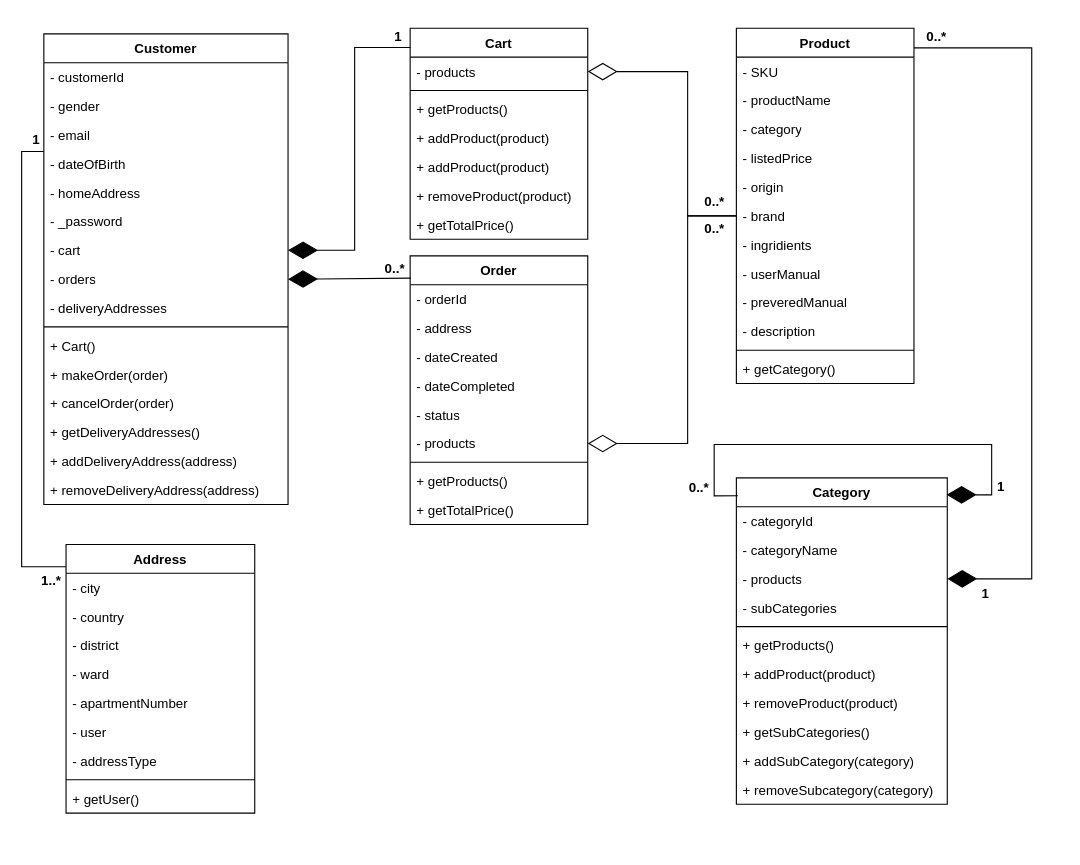
Earlier version of the draw.io diagram page "Class Diagram" (4 of 9) of __document/diagram/PBL03.drawio (BlenDMinh/PBL03). Source tidied: cells renumbered, new cells numbered last; positions are measured from the earlier drawing's top-left corner, leaving out a move shared by most shapes. Both pictures are drawn from the tidied source at 111%, with x=0, y=0 at pixel (19, 20).
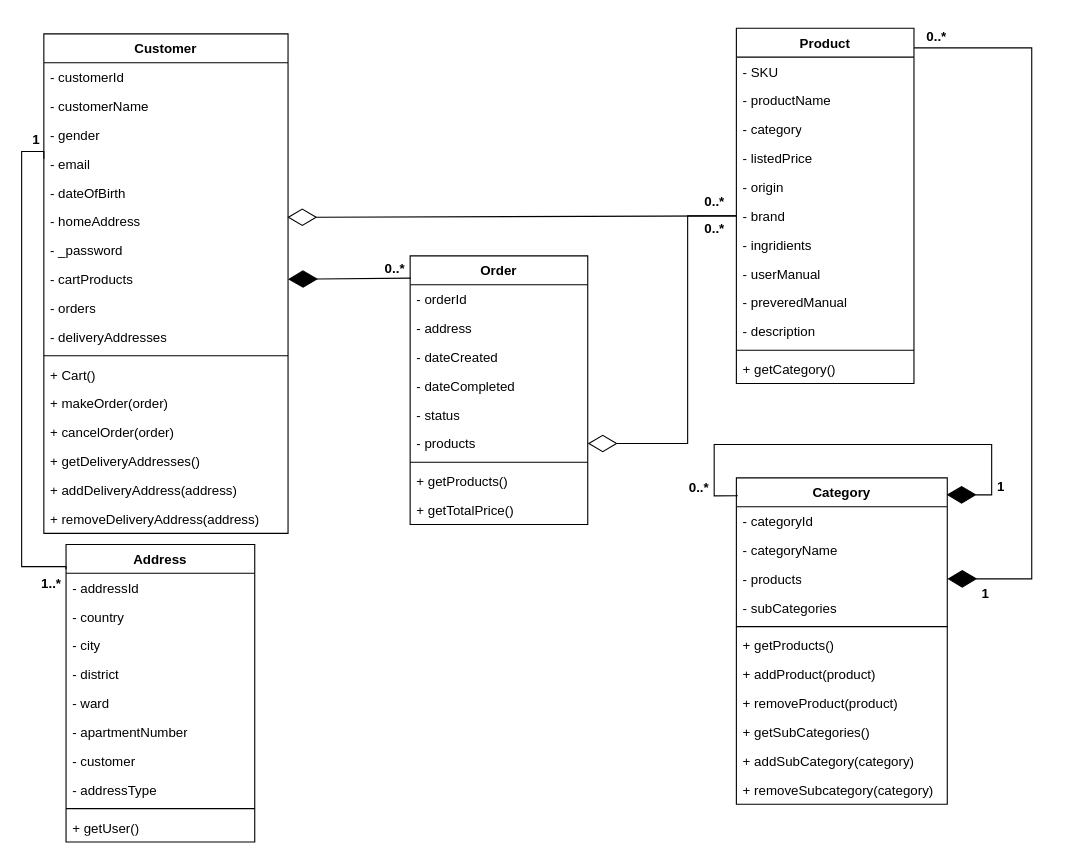
The same page after the edit.

The change refers to these unchanged cells:
```xml
<mxCell id="29" value="Order" style="swimlane;fontStyle=1;align=center;verticalAlign=top;horizontal=1;startSize=26;whiteSpace=wrap;html=1;" parent="1" vertex="1">
  <mxGeometry x="352" y="212" width="160" height="242" as="geometry" />
</mxCell>
<mxCell id="45" value="- brand" style="text;strokeColor=none;fillColor=none;align=left;verticalAlign=top;spacingLeft=4;spacingRight=4;overflow=hidden;points=[[0,0.5],[1,0.5]];portConstraint=eastwest;whiteSpace=wrap;html=1;" parent="39" vertex="1">
  <mxGeometry y="156" width="160" height="26" as="geometry" />
</mxCell>
```

The edit, as a diff of the source:
```diff
@@
     <mxCell id="2" value="Customer" style="swimlane;fontStyle=1;align=center;verticalAlign=top;horizontal=1;startSize=26;whiteSpace=wrap;html=1;" parent="1" vertex="1">
-      <mxGeometry x="22" y="12" width="220" height="424" as="geometry" />
+      <mxGeometry x="22" y="12" width="220" height="450" as="geometry" />
     </mxCell>
@@
+    <mxCell id="89" value="- customerName" style="text;strokeColor=none;fillColor=none;align=left;verticalAlign=top;spacingLeft=4;spacingRight=4;overflow=hidden;whiteSpace=wrap;html=1;" parent="2" vertex="1">
+      <mxGeometry y="52" width="220" height="26" as="geometry" />
+    </mxCell>
     <mxCell id="4" value="- gender" style="text;strokeColor=none;fillColor=none;align=left;verticalAlign=top;spacingLeft=4;spacingRight=4;overflow=hidden;whiteSpace=wrap;html=1;" parent="2" vertex="1">
-      <mxGeometry y="52" width="220" height="26" as="geometry" />
+      <mxGeometry y="78" width="220" height="26" as="geometry" />
     </mxCell>
     <mxCell id="5" value="- email" style="text;strokeColor=none;fillColor=none;align=left;verticalAlign=top;spacingLeft=4;spacingRight=4;overflow=hidden;whiteSpace=wrap;html=1;" parent="2" vertex="1">
-      <mxGeometry y="78" width="220" height="26" as="geometry" />
+      <mxGeometry y="104" width="220" height="26" as="geometry" />
     </mxCell>
     <mxCell id="6" value="- dateOfBirth" style="text;strokeColor=none;fillColor=none;align=left;verticalAlign=top;spacingLeft=4;spacingRight=4;overflow=hidden;whiteSpace=wrap;html=1;" parent="2" vertex="1">
-      <mxGeometry y="104" width="220" height="26" as="geometry" />
+      <mxGeometry y="130" width="220" height="26" as="geometry" />
     </mxCell>
     <mxCell id="7" value="- homeAddress" style="text;strokeColor=none;fillColor=none;align=left;verticalAlign=top;spacingLeft=4;spacingRight=4;overflow=hidden;points=[[0,0.5],[1,0.5]];portConstraint=eastwest;whiteSpace=wrap;html=1;" parent="2" vertex="1">
-      <mxGeometry y="130" width="220" height="26" as="geometry" />
+      <mxGeometry y="156" width="220" height="26" as="geometry" />
     </mxCell>
     <mxCell id="8" value="- _password" style="text;strokeColor=none;fillColor=none;align=left;verticalAlign=top;spacingLeft=4;spacingRight=4;overflow=hidden;whiteSpace=wrap;html=1;" parent="2" vertex="1">
-      <mxGeometry y="156" width="220" height="26" as="geometry" />
+      <mxGeometry y="182" width="220" height="26" as="geometry" />
     </mxCell>
-    <mxCell id="9" value="- cart" style="text;strokeColor=none;fillColor=none;align=left;verticalAlign=top;spacingLeft=4;spacingRight=4;overflow=hidden;points=[[0,0.5],[1,0.5]];portConstraint=eastwest;whiteSpace=wrap;html=1;" parent="2" vertex="1">
-      <mxGeometry y="182" width="220" height="26" as="geometry" />
+    <mxCell id="9" value="- cartProducts" style="text;strokeColor=none;fillColor=none;align=left;verticalAlign=top;spacingLeft=4;spacingRight=4;overflow=hidden;points=[[0,0.5],[1,0.5]];portConstraint=eastwest;whiteSpace=wrap;html=1;" parent="2" vertex="1">
+      <mxGeometry y="208" width="220" height="26" as="geometry" />
     </mxCell>
     <mxCell id="10" value="- orders" style="text;strokeColor=none;fillColor=none;align=left;verticalAlign=top;spacingLeft=4;spacingRight=4;overflow=hidden;points=[[0,0.5],[1,0.5]];portConstraint=eastwest;whiteSpace=wrap;html=1;" parent="2" vertex="1">
-      <mxGeometry y="208" width="220" height="26" as="geometry" />
+      <mxGeometry y="234" width="220" height="26" as="geometry" />
     </mxCell>
     <mxCell id="11" value="- deliveryAddresses" style="text;strokeColor=none;fillColor=none;align=left;verticalAlign=top;spacingLeft=4;spacingRight=4;overflow=hidden;whiteSpace=wrap;html=1;" parent="2" vertex="1">
-      <mxGeometry y="234" width="220" height="26" as="geometry" />
+      <mxGeometry y="260" width="220" height="26" as="geometry" />
     </mxCell>
     <mxCell id="12" style="line;strokeWidth=1;fillColor=none;align=left;verticalAlign=middle;spacingTop=-1;spacingLeft=3;spacingRight=3;labelPosition=right;strokeColor=inherit;" parent="2" vertex="1">
-      <mxGeometry y="260" width="220" height="8" as="geometry" />
+      <mxGeometry y="286" width="220" height="8" as="geometry" />
     </mxCell>
     <mxCell id="13" value="+ Cart()" style="text;strokeColor=none;fillColor=none;align=left;verticalAlign=top;spacingLeft=4;spacingRight=4;overflow=hidden;whiteSpace=wrap;html=1;" parent="2" vertex="1">
-      <mxGeometry y="268" width="220" height="26" as="geometry" />
+      <mxGeometry y="294" width="220" height="26" as="geometry" />
     </mxCell>
     <mxCell id="14" value="+ makeOrder(order)" style="text;strokeColor=none;fillColor=none;align=left;verticalAlign=top;spacingLeft=4;spacingRight=4;overflow=hidden;whiteSpace=wrap;html=1;" parent="2" vertex="1">
-      <mxGeometry y="294" width="220" height="26" as="geometry" />
+      <mxGeometry y="320" width="220" height="26" as="geometry" />
     </mxCell>
     <mxCell id="15" value="+ cancelOrder(order)" style="text;strokeColor=none;fillColor=none;align=left;verticalAlign=top;spacingLeft=4;spacingRight=4;overflow=hidden;whiteSpace=wrap;html=1;" parent="2" vertex="1">
-      <mxGeometry y="320" width="220" height="26" as="geometry" />
+      <mxGeometry y="346" width="220" height="26" as="geometry" />
     </mxCell>
     <mxCell id="16" value="+ getDeliveryAddresses()" style="text;strokeColor=none;fillColor=none;align=left;verticalAlign=top;spacingLeft=4;spacingRight=4;overflow=hidden;whiteSpace=wrap;html=1;" parent="2" vertex="1">
-      <mxGeometry y="346" width="220" height="26" as="geometry" />
+      <mxGeometry y="372" width="220" height="26" as="geometry" />
     </mxCell>
     <mxCell id="17" value="+ addDeliveryAddress(address)" style="text;strokeColor=none;fillColor=none;align=left;verticalAlign=top;spacingLeft=4;spacingRight=4;overflow=hidden;whiteSpace=wrap;html=1;" parent="2" vertex="1">
-      <mxGeometry y="372" width="220" height="26" as="geometry" />
+      <mxGeometry y="398" width="220" height="26" as="geometry" />
     </mxCell>
     <mxCell id="18" value="+ removeDeliveryAddress(address)" style="text;strokeColor=none;fillColor=none;align=left;verticalAlign=top;spacingLeft=4;spacingRight=4;overflow=hidden;whiteSpace=wrap;html=1;" parent="2" vertex="1">
-      <mxGeometry y="398" width="220" height="26" as="geometry" />
+      <mxGeometry y="424" width="220" height="26" as="geometry" />
     </mxCell>
     <mxCell id="19" value="Address" style="swimlane;fontStyle=1;align=center;verticalAlign=top;horizontal=1;startSize=26;whiteSpace=wrap;html=1;" parent="1" vertex="1">
-      <mxGeometry x="42" y="472" width="170" height="242" as="geometry" />
+      <mxGeometry x="42" y="472" width="170" height="268" as="geometry" />
     </mxCell>
+    <mxCell id="90" value="- addressId" style="text;strokeColor=none;fillColor=none;align=left;verticalAlign=top;spacingLeft=4;spacingRight=4;overflow=hidden;whiteSpace=wrap;html=1;" parent="19" vertex="1">
+      <mxGeometry y="26" width="170" height="26" as="geometry" />
+    </mxCell>
+    <mxCell id="21" value="- country" style="text;strokeColor=none;fillColor=none;align=left;verticalAlign=top;spacingLeft=4;spacingRight=4;overflow=hidden;whiteSpace=wrap;html=1;" parent="19" vertex="1">
+      <mxGeometry y="52" width="170" height="26" as="geometry" />
+    </mxCell>
     <mxCell id="20" value="- city" style="text;strokeColor=none;fillColor=none;align=left;verticalAlign=top;spacingLeft=4;spacingRight=4;overflow=hidden;whiteSpace=wrap;html=1;" parent="19" vertex="1">
-      <mxGeometry y="26" width="170" height="26" as="geometry" />
+      <mxGeometry y="78" width="170" height="26" as="geometry" />
     </mxCell>
-    <mxCell id="21" value="- country" style="text;strokeColor=none;fillColor=none;align=left;verticalAlign=top;spacingLeft=4;spacingRight=4;overflow=hidden;whiteSpace=wrap;html=1;" parent="19" vertex="1">
-      <mxGeometry y="52" width="170" height="26" as="geometry" />
-    </mxCell>
     <mxCell id="22" value="- district" style="text;strokeColor=none;fillColor=none;align=left;verticalAlign=top;spacingLeft=4;spacingRight=4;overflow=hidden;whiteSpace=wrap;html=1;" parent="19" vertex="1">
-      <mxGeometry y="78" width="170" height="26" as="geometry" />
+      <mxGeometry y="104" width="170" height="26" as="geometry" />
     </mxCell>
     <mxCell id="23" value="- ward" style="text;strokeColor=none;fillColor=none;align=left;verticalAlign=top;spacingLeft=4;spacingRight=4;overflow=hidden;whiteSpace=wrap;html=1;" parent="19" vertex="1">
-      <mxGeometry y="104" width="170" height="26" as="geometry" />
+      <mxGeometry y="130" width="170" height="26" as="geometry" />
     </mxCell>
     <mxCell id="24" value="- apartmentNumber" style="text;strokeColor=none;fillColor=none;align=left;verticalAlign=top;spacingLeft=4;spacingRight=4;overflow=hidden;whiteSpace=wrap;html=1;" parent="19" vertex="1">
-      <mxGeometry y="130" width="170" height="26" as="geometry" />
+      <mxGeometry y="156" width="170" height="26" as="geometry" />
     </mxCell>
-    <mxCell id="25" value="- user" style="text;strokeColor=none;fillColor=none;align=left;verticalAlign=top;spacingLeft=4;spacingRight=4;overflow=hidden;whiteSpace=wrap;html=1;" parent="19" vertex="1">
-      <mxGeometry y="156" width="170" height="26" as="geometry" />
+    <mxCell id="25" value="- customer" style="text;strokeColor=none;fillColor=none;align=left;verticalAlign=top;spacingLeft=4;spacingRight=4;overflow=hidden;whiteSpace=wrap;html=1;" parent="19" vertex="1">
+      <mxGeometry y="182" width="170" height="26" as="geometry" />
     </mxCell>
     <mxCell id="26" value="- addressType" style="text;strokeColor=none;fillColor=none;align=left;verticalAlign=top;spacingLeft=4;spacingRight=4;overflow=hidden;whiteSpace=wrap;html=1;" parent="19" vertex="1">
-      <mxGeometry y="182" width="170" height="26" as="geometry" />
+      <mxGeometry y="208" width="170" height="26" as="geometry" />
     </mxCell>
     <mxCell id="27" style="line;strokeWidth=1;fillColor=none;align=left;verticalAlign=middle;spacingTop=-1;spacingLeft=3;spacingRight=3;labelPosition=right;strokeColor=inherit;" parent="19" vertex="1">
-      <mxGeometry y="208" width="170" height="8" as="geometry" />
+      <mxGeometry y="234" width="170" height="8" as="geometry" />
     </mxCell>
     <mxCell id="28" value="+ getUser()" style="text;strokeColor=none;fillColor=none;align=left;verticalAlign=top;spacingLeft=4;spacingRight=4;overflow=hidden;whiteSpace=wrap;html=1;" parent="19" vertex="1">
-      <mxGeometry y="216" width="170" height="26" as="geometry" />
+      <mxGeometry y="242" width="170" height="26" as="geometry" />
     </mxCell>
@@
-    <mxCell id="54" value="Cart" style="swimlane;fontStyle=1;align=center;verticalAlign=top;horizontal=1;startSize=26;whiteSpace=wrap;html=1;" parent="1" vertex="1">
-      <mxGeometry x="352" y="7" width="160" height="190" as="geometry" />
-    </mxCell>
-    <mxCell id="55" value="- products" style="text;strokeColor=none;fillColor=none;align=left;verticalAlign=top;spacingLeft=4;spacingRight=4;overflow=hidden;points=[[0,0.5],[1,0.5]];portConstraint=eastwest;whiteSpace=wrap;html=1;" parent="54" vertex="1">
-      <mxGeometry y="26" width="160" height="26" as="geometry" />
-    </mxCell>
-    <mxCell id="56" style="line;strokeWidth=1;fillColor=none;align=left;verticalAlign=middle;spacingTop=-1;spacingLeft=3;spacingRight=3;labelPosition=right;strokeColor=inherit;" parent="54" vertex="1">
-      <mxGeometry y="52" width="160" height="8" as="geometry" />
-    </mxCell>
-    <mxCell id="57" value="+ getProducts()" style="text;strokeColor=none;fillColor=none;align=left;verticalAlign=top;spacingLeft=4;spacingRight=4;overflow=hidden;whiteSpace=wrap;html=1;" parent="54" vertex="1">
-      <mxGeometry y="60" width="160" height="26" as="geometry" />
-    </mxCell>
-    <mxCell id="58" value="+ addProduct(product)" style="text;strokeColor=none;fillColor=none;align=left;verticalAlign=top;spacingLeft=4;spacingRight=4;overflow=hidden;whiteSpace=wrap;html=1;" parent="54" vertex="1">
-      <mxGeometry y="86" width="160" height="26" as="geometry" />
-    </mxCell>
-    <mxCell id="59" value="+ addProduct(product)" style="text;strokeColor=none;fillColor=none;align=left;verticalAlign=top;spacingLeft=4;spacingRight=4;overflow=hidden;whiteSpace=wrap;html=1;" parent="54" vertex="1">
-      <mxGeometry y="112" width="160" height="26" as="geometry" />
-    </mxCell>
-    <mxCell id="60" value="+ removeProduct(product)" style="text;strokeColor=none;fillColor=none;align=left;verticalAlign=top;spacingLeft=4;spacingRight=4;overflow=hidden;whiteSpace=wrap;html=1;" parent="54" vertex="1">
-      <mxGeometry y="138" width="160" height="26" as="geometry" />
-    </mxCell>
-    <mxCell id="61" value="+ getTotalPrice()" style="text;strokeColor=none;fillColor=none;align=left;verticalAlign=top;spacingLeft=4;spacingRight=4;overflow=hidden;whiteSpace=wrap;html=1;" parent="54" vertex="1">
-      <mxGeometry y="164" width="160" height="26" as="geometry" />
-    </mxCell>
@@
-    <mxCell id="78" style="endArrow=diamondThin;endFill=1;endSize=24;html=1;rounded=0;entryX=1;entryY=0.5;entryDx=0;entryDy=0;exitX=0.002;exitY=0.091;exitDx=0;exitDy=0;edgeStyle=orthogonalEdgeStyle;exitPerimeter=0;" parent="1" edge="1" source="54" target="9">
-      <mxGeometry relative="1" as="geometry">
-        <Array as="points">
-          <mxPoint x="302" y="24" />
-          <mxPoint x="302" y="207" />
-        </Array>
-      </mxGeometry>
-    </mxCell>
-    <mxCell id="79" style="endArrow=diamondThin;endFill=1;endSize=24;html=1;rounded=0;entryX=1;entryY=0.5;entryDx=0;entryDy=0;exitX=0.004;exitY=0.083;exitDx=0;exitDy=0;exitPerimeter=0;" parent="1" edge="1" source="29" target="10">
+    <mxCell id="79" style="endArrow=diamondThin;endFill=1;endSize=24;html=1;rounded=0;entryX=1;entryY=0.5;entryDx=0;entryDy=0;exitX=0.004;exitY=0.083;exitDx=0;exitDy=0;exitPerimeter=0;" parent="1" edge="1" source="29" target="9">
       <mxGeometry relative="1" as="geometry" />
     </mxCell>
-    <mxCell id="80" style="endArrow=diamondThin;endFill=0;endSize=24;html=1;rounded=0;entryX=1;entryY=0.5;entryDx=0;entryDy=0;exitX=0;exitY=0.5;exitDx=0;exitDy=0;edgeStyle=orthogonalEdgeStyle;" parent="1" edge="1" source="45" target="55">
-      <mxGeometry relative="1" as="geometry">
-        <Array as="points">
-          <mxPoint x="602" y="176" />
-          <mxPoint x="602" y="46" />
-        </Array>
-      </mxGeometry>
+    <mxCell id="80" style="endArrow=diamondThin;endFill=0;endSize=24;html=1;rounded=0;entryX=0.997;entryY=0.357;entryDx=0;entryDy=0;exitX=0;exitY=0.5;exitDx=0;exitDy=0;entryPerimeter=0;" parent="1" edge="1" source="45" target="7">
+      <mxGeometry relative="1" as="geometry" />
     </mxCell>
@@
-    <mxCell id="84" value="1" style="text;html=1;align=center;verticalAlign=middle;strokeColor=none;fillColor=none;fontStyle=1;" parent="1" vertex="1">
-      <mxGeometry x="326" width="30" height="30" as="geometry" />
-    </mxCell>
```
